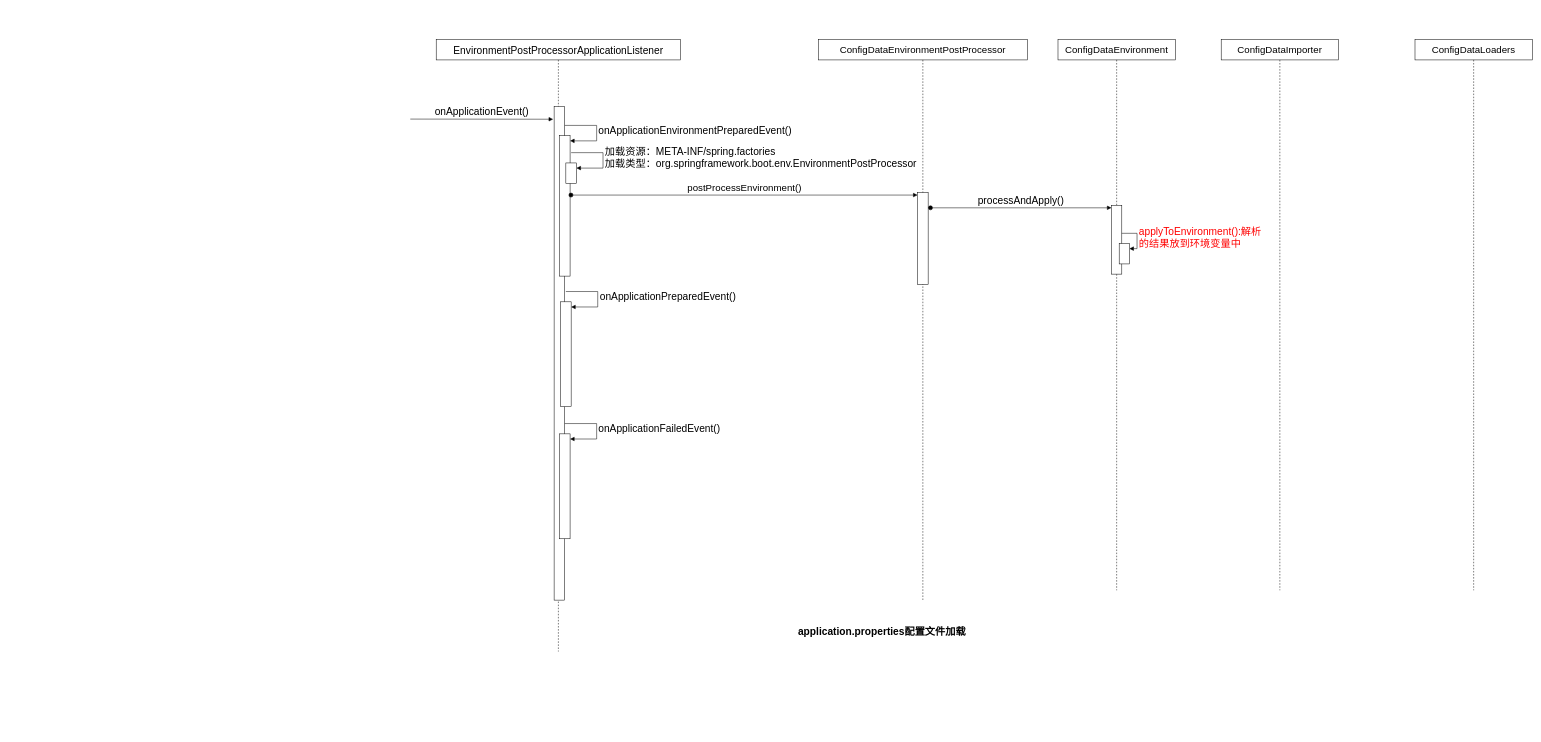
Earlier version of the draw.io diagram dubbo-learning-doc/drawio/源码分析/1_SpringApplication_run方法/过程分析/2_配置文件application_properties加载过程.drawio (czwer/dubbo-learning). Source tidied: cells renumbered, new cells numbered last; positions are measured from the earlier drawing's top-left corner, leaving out a move shared by most shapes. Both pictures are drawn from the tidied source at 51%, with x=0, y=0 at pixel (247, 39).
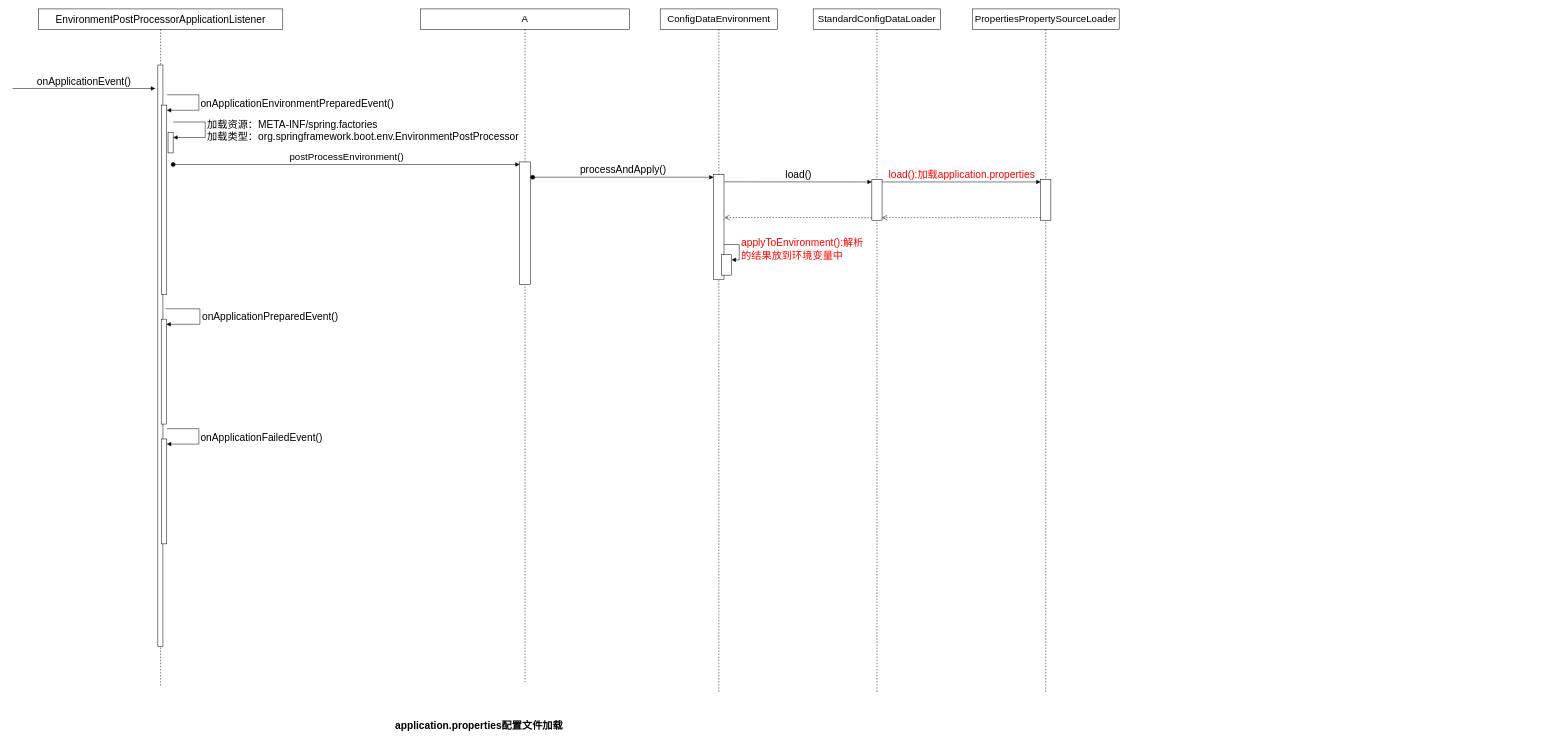
Above is the later version.

Change to the diagram source:
```diff
@@
-    <mxCell id="2" value="ConfigDataEnvironmentPostProcessor" style="shape=umlLifeline;perimeter=lifelinePerimeter;whiteSpace=wrap;html=1;newEdgeStyle={&quot;curved&quot;:0,&quot;rounded&quot;:0};fontSize=19;fontStyle=0;" parent="1" vertex="1">
-      <mxGeometry x="1120" width="410" height="1100" as="geometry" />
+    <mxCell id="2" value="A" style="shape=umlLifeline;perimeter=lifelinePerimeter;whiteSpace=wrap;html=1;newEdgeStyle={&quot;curved&quot;:0,&quot;rounded&quot;:0};fontSize=19;fontStyle=0;" parent="1" vertex="1">
+      <mxGeometry x="340" y="-60" width="410" height="1320" as="geometry" />
     </mxCell>
     <mxCell id="3" style="html=1;points=[[0,0,0,0,5],[0,1,0,0,-5],[1,0,0,0,5],[1,1,0,0,-5]];perimeter=orthogonalPerimeter;outlineConnect=0;targetShapes=umlLifeline;portConstraint=eastwest;newEdgeStyle={&quot;curved&quot;:0,&quot;rounded&quot;:0};" parent="2" vertex="1">
-      <mxGeometry x="194.6" y="300" width="20.8" height="180" as="geometry" />
+      <mxGeometry x="194.6" y="300" width="20.8" height="240" as="geometry" />
     </mxCell>
@@
-    <mxCell id="5" value="application.properties配置文件加载" style="text;html=1;whiteSpace=wrap;strokeColor=none;fillColor=none;align=center;verticalAlign=middle;rounded=0;fontSize=20;fontStyle=1;" parent="1" vertex="1">
-      <mxGeometry x="1040" y="1146" width="410" height="30" as="geometry" />
-    </mxCell>
     <mxCell id="6" style="group;fontColor=#000000;" parent="1" vertex="1">
-      <mxGeometry width="850" height="1200" as="geometry" />
+      <mxGeometry width="850" height="1270" as="geometry" />
     </mxCell>
     <mxCell id="7" value="&lt;font style=&quot;color: rgb(0, 0, 0); font-weight: normal;&quot;&gt;EnvironmentPostProcessorApplicationListener&lt;/font&gt;" style="shape=umlLifeline;whiteSpace=wrap;html=1;newEdgeStyle={&quot;curved&quot;:0,&quot;rounded&quot;:0};fontSize=20;fontStyle=1;perimeter=rectanglePerimeter;targetShapes=umlLifeline;participant=label;fontColor=#FF0000;" parent="6" vertex="1">
-      <mxGeometry x="370.8" width="479.2" height="1200" as="geometry" />
+      <mxGeometry x="-409.2" y="-60" width="479.2" height="1330" as="geometry" />
     </mxCell>
     <mxCell id="8" style="html=1;perimeter=orthogonalPerimeter;targetShapes=umlLifeline;newEdgeStyle={&quot;curved&quot;:0,&quot;rounded&quot;:0};" parent="7" vertex="1">
-      <mxGeometry x="231.2" y="131.1" width="20.8" height="968.1" as="geometry" />
+      <mxGeometry x="234.2" y="110" width="10" height="1140" as="geometry" />
     </mxCell>
     <mxCell id="9" style="html=1;points=[[0,0,0,0,5],[0,1,0,0,-5],[1,0,0,0,5],[1,1,0,0,-5]];perimeter=orthogonalPerimeter;outlineConnect=0;targetShapes=umlLifeline;portConstraint=eastwest;newEdgeStyle={&quot;curved&quot;:0,&quot;rounded&quot;:0};" parent="7" vertex="1">
-      <mxGeometry x="241.7" y="188.6" width="20.8" height="275.3" as="geometry" />
+      <mxGeometry x="241.7" y="188.6" width="10" height="371.4" as="geometry" />
     </mxCell>
@@
     <mxCell id="11" style="html=1;points=[[0,0,0,0,5],[0,1,0,0,-5],[1,0,0,0,5],[1,1,0,0,-5]];perimeter=orthogonalPerimeter;outlineConnect=0;targetShapes=umlLifeline;portConstraint=eastwest;newEdgeStyle={&quot;curved&quot;:0,&quot;rounded&quot;:0};" parent="7" vertex="1">
-      <mxGeometry x="254.2" y="242" width="20.8" height="40.3" as="geometry" />
+      <mxGeometry x="254.2" y="242" width="10" height="40.3" as="geometry" />
     </mxCell>
@@
     <mxCell id="13" style="html=1;points=[[0,0,0,0,5],[0,1,0,0,-5],[1,0,0,0,5],[1,1,0,0,-5]];perimeter=orthogonalPerimeter;outlineConnect=0;targetShapes=umlLifeline;portConstraint=eastwest;newEdgeStyle={&quot;curved&quot;:0,&quot;rounded&quot;:0};" parent="7" vertex="1">
-      <mxGeometry x="243.8" y="514.3" width="20.8" height="205.7" as="geometry" />
+      <mxGeometry x="240.8" y="608.3" width="10" height="205.7" as="geometry" />
     </mxCell>
     <mxCell id="14" value="onApplicationPreparedEvent()" style="html=1;align=left;spacingLeft=2;endArrow=block;rounded=0;edgeStyle=orthogonalEdgeStyle;curved=0;rounded=0;fontSize=20;" parent="7" edge="1" target="13">
       <mxGeometry relative="1" as="geometry">
-        <mxPoint x="254.2" y="494.1" as="sourcePoint" />
+        <mxPoint x="249.2" y="588" as="sourcePoint" />
         <Array as="points">
-          <mxPoint x="316.7" y="524.4" />
+          <mxPoint x="316.7" y="618.4" />
         </Array>
       </mxGeometry>
     </mxCell>
     <mxCell id="15" style="html=1;points=[[0,0,0,0,5],[0,1,0,0,-5],[1,0,0,0,5],[1,1,0,0,-5]];perimeter=orthogonalPerimeter;outlineConnect=0;targetShapes=umlLifeline;portConstraint=eastwest;newEdgeStyle={&quot;curved&quot;:0,&quot;rounded&quot;:0};" parent="7" vertex="1">
-      <mxGeometry x="241.7" y="773.2" width="20.8" height="205.7" as="geometry" />
+      <mxGeometry x="241.7" y="843.2" width="10" height="205.7" as="geometry" />
     </mxCell>
     <mxCell id="16" value="onApplicationFailedEvent()" style="html=1;align=left;spacingLeft=2;endArrow=block;rounded=0;edgeStyle=orthogonalEdgeStyle;curved=0;rounded=0;fontSize=20;" parent="7" edge="1" target="15">
       <mxGeometry relative="1" as="geometry">
-        <mxPoint x="252.1" y="753" as="sourcePoint" />
+        <mxPoint x="252.1" y="823" as="sourcePoint" />
         <Array as="points">
-          <mxPoint x="314.6" y="783.3" />
+          <mxPoint x="314.6" y="853.3" />
         </Array>
       </mxGeometry>
     </mxCell>
@@
-    <mxCell id="18" value="onApplicationEvent()" style="html=1;verticalAlign=bottom;endArrow=block;curved=0;rounded=0;entryX=0;entryY=0;entryDx=0;entryDy=5;fontSize=20;" parent="6" edge="1">
+    <mxCell id="18" value="onApplicationEvent()" style="html=1;verticalAlign=bottom;endArrow=block;curved=0;rounded=0;fontSize=20;" parent="6" edge="1">
       <mxGeometry relative="1" as="geometry">
-        <mxPoint x="320" y="156" as="sourcePoint" />
-        <mxPoint x="600" y="156.3" as="targetPoint" />
+        <mxPoint x="-460" y="96" as="sourcePoint" />
+        <mxPoint x="-180" y="96" as="targetPoint" />
       </mxGeometry>
     </mxCell>
     <mxCell id="19" value="ConfigDataEnvironment" style="shape=umlLifeline;perimeter=lifelinePerimeter;whiteSpace=wrap;html=1;newEdgeStyle={&quot;curved&quot;:0,&quot;rounded&quot;:0};fontSize=19;fontStyle=0;" parent="1" vertex="1">
-      <mxGeometry x="1590" width="230" height="1080" as="geometry" />
+      <mxGeometry x="810" y="-60" width="230" height="1340" as="geometry" />
     </mxCell>
     <mxCell id="20" style="html=1;points=[[0,0,0,0,5],[0,1,0,0,-5],[1,0,0,0,5],[1,1,0,0,-5]];perimeter=orthogonalPerimeter;outlineConnect=0;targetShapes=umlLifeline;portConstraint=eastwest;newEdgeStyle={&quot;curved&quot;:0,&quot;rounded&quot;:0};" parent="19" vertex="1">
-      <mxGeometry x="104.8" y="325" width="20.3" height="135" as="geometry" />
+      <mxGeometry x="104.8" y="325" width="20.3" height="205" as="geometry" />
     </mxCell>
     <mxCell id="21" style="html=1;points=[[0,0,0,0,5],[0,1,0,0,-5],[1,0,0,0,5],[1,1,0,0,-5]];perimeter=orthogonalPerimeter;outlineConnect=0;targetShapes=umlLifeline;portConstraint=eastwest;newEdgeStyle={&quot;curved&quot;:0,&quot;rounded&quot;:0};" parent="19" vertex="1">
-      <mxGeometry x="120" y="400" width="20" height="40" as="geometry" />
+      <mxGeometry x="120" y="482" width="20" height="40" as="geometry" />
     </mxCell>
     <mxCell id="22" value="applyToEnvironment():解析&lt;div&gt;的结果放到环境变量中&lt;/div&gt;" style="html=1;align=left;spacingLeft=2;endArrow=block;rounded=0;edgeStyle=orthogonalEdgeStyle;curved=0;rounded=0;fontSize=20;fontColor=#FF0000;" parent="19" edge="1" target="21">
       <mxGeometry relative="1" as="geometry">
-        <mxPoint x="125" y="380" as="sourcePoint" />
+        <mxPoint x="125" y="462" as="sourcePoint" />
         <Array as="points">
-          <mxPoint x="155" y="410" />
+          <mxPoint x="155" y="492" />
         </Array>
       </mxGeometry>
     </mxCell>
+    <mxCell id="25" value="load()" style="html=1;verticalAlign=bottom;endArrow=block;curved=0;rounded=0;entryX=0;entryY=0;entryDx=0;entryDy=5;fontSize=20;" parent="19" edge="1" target="28">
+      <mxGeometry relative="1" as="geometry">
+        <mxPoint x="126" y="339" as="sourcePoint" />
+      </mxGeometry>
+    </mxCell>
+    <mxCell id="26" style="html=1;verticalAlign=bottom;endArrow=open;dashed=1;endSize=8;curved=0;rounded=0;exitX=0;exitY=1;exitDx=0;exitDy=-5;" parent="19" edge="1" source="28">
+      <mxGeometry relative="1" as="geometry">
+        <mxPoint x="126" y="409" as="targetPoint" />
+      </mxGeometry>
+    </mxCell>
-    <mxCell id="23" value="ConfigDataLoaders" style="shape=umlLifeline;perimeter=lifelinePerimeter;whiteSpace=wrap;html=1;newEdgeStyle={&quot;curved&quot;:0,&quot;rounded&quot;:0};fontSize=19;fontStyle=0;" parent="1" vertex="1">
-      <mxGeometry x="2290" width="230" height="1080" as="geometry" />
+    <mxCell id="23" value="PropertiesPropertySourceLoader" style="shape=umlLifeline;perimeter=lifelinePerimeter;whiteSpace=wrap;html=1;newEdgeStyle={&quot;curved&quot;:0,&quot;rounded&quot;:0};fontSize=19;fontStyle=0;" parent="1" vertex="1">
+      <mxGeometry x="1422" y="-60" width="288" height="1340" as="geometry" />
     </mxCell>
+    <mxCell id="27" style="html=1;points=[[0,0,0,0,5],[0,1,0,0,-5],[1,0,0,0,5],[1,1,0,0,-5]];perimeter=orthogonalPerimeter;outlineConnect=0;targetShapes=umlLifeline;portConstraint=eastwest;newEdgeStyle={&quot;curved&quot;:0,&quot;rounded&quot;:0};" parent="23" vertex="1">
+      <mxGeometry x="134" y="334.3" width="20" height="80" as="geometry" />
+    </mxCell>
-    <mxCell id="24" value="ConfigDataImporter" style="shape=umlLifeline;perimeter=lifelinePerimeter;whiteSpace=wrap;html=1;newEdgeStyle={&quot;curved&quot;:0,&quot;rounded&quot;:0};fontSize=19;fontStyle=0;" parent="1" vertex="1">
-      <mxGeometry x="1910" width="230" height="1080" as="geometry" />
+    <mxCell id="24" value="StandardConfigDataLoader" style="shape=umlLifeline;perimeter=lifelinePerimeter;whiteSpace=wrap;html=1;newEdgeStyle={&quot;curved&quot;:0,&quot;rounded&quot;:0};fontSize=19;fontStyle=0;" parent="1" vertex="1">
+      <mxGeometry x="1110" y="-60" width="250" height="1340" as="geometry" />
     </mxCell>
+    <mxCell id="28" style="html=1;points=[[0,0,0,0,5],[0,1,0,0,-5],[1,0,0,0,5],[1,1,0,0,-5]];perimeter=orthogonalPerimeter;outlineConnect=0;targetShapes=umlLifeline;portConstraint=eastwest;newEdgeStyle={&quot;curved&quot;:0,&quot;rounded&quot;:0};" parent="24" vertex="1">
+      <mxGeometry x="115" y="334.3" width="20" height="80" as="geometry" />
+    </mxCell>
+    <mxCell id="5" value="application.properties配置文件加载" style="text;html=1;whiteSpace=wrap;strokeColor=none;fillColor=none;align=center;verticalAlign=middle;rounded=0;fontSize=20;fontStyle=1;" parent="1" vertex="1">
+      <mxGeometry x="250" y="1330" width="410" height="30" as="geometry" />
+    </mxCell>
+    <mxCell id="29" value="load():加载application.properties" style="html=1;verticalAlign=bottom;endArrow=block;curved=0;rounded=0;entryX=0;entryY=0;entryDx=0;entryDy=5;fontSize=20;exitX=1;exitY=0;exitDx=0;exitDy=5;exitPerimeter=0;fontColor=#FF0000;" parent="1" edge="1" source="28" target="27">
+      <mxGeometry relative="1" as="geometry" />
+    </mxCell>
+    <mxCell id="30" style="html=1;verticalAlign=bottom;endArrow=open;dashed=1;endSize=8;curved=0;rounded=0;exitX=0;exitY=1;exitDx=0;exitDy=-5;entryX=1;entryY=1;entryDx=0;entryDy=-5;entryPerimeter=0;" parent="1" edge="1" source="27" target="28">
+      <mxGeometry relative="1" as="geometry" />
+    </mxCell>
```
